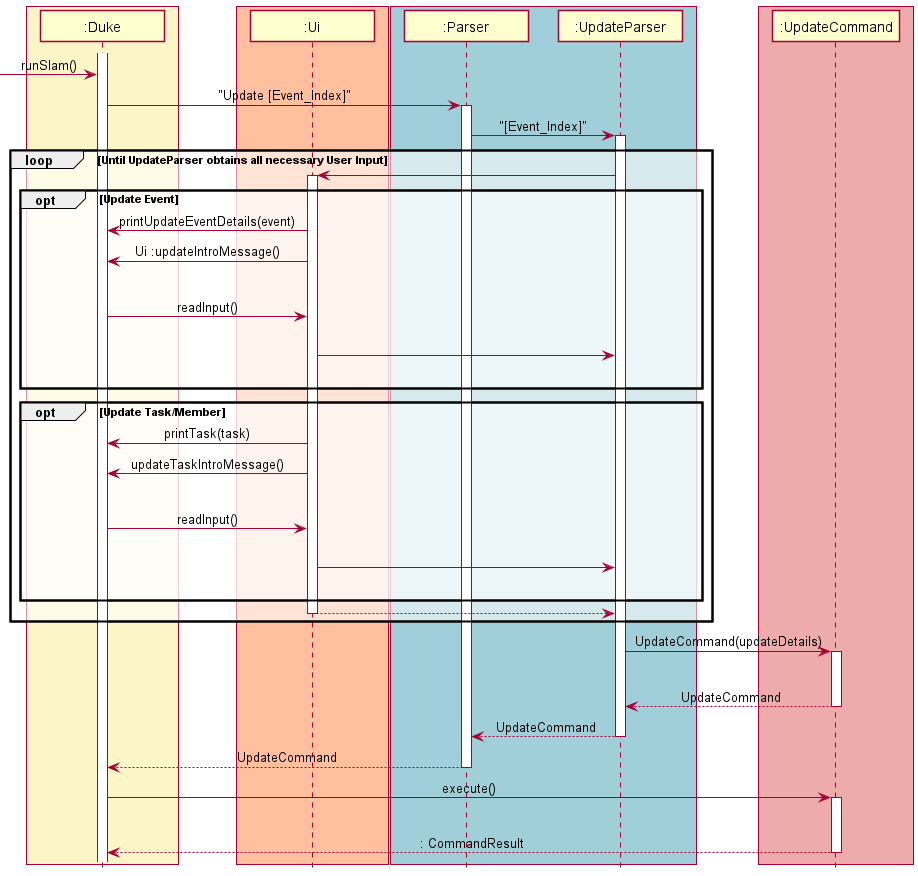
Earlier version of the PlantUML export docs/images/UpdateDiagram.png (nus-cs2113-AY2122S1/tp).
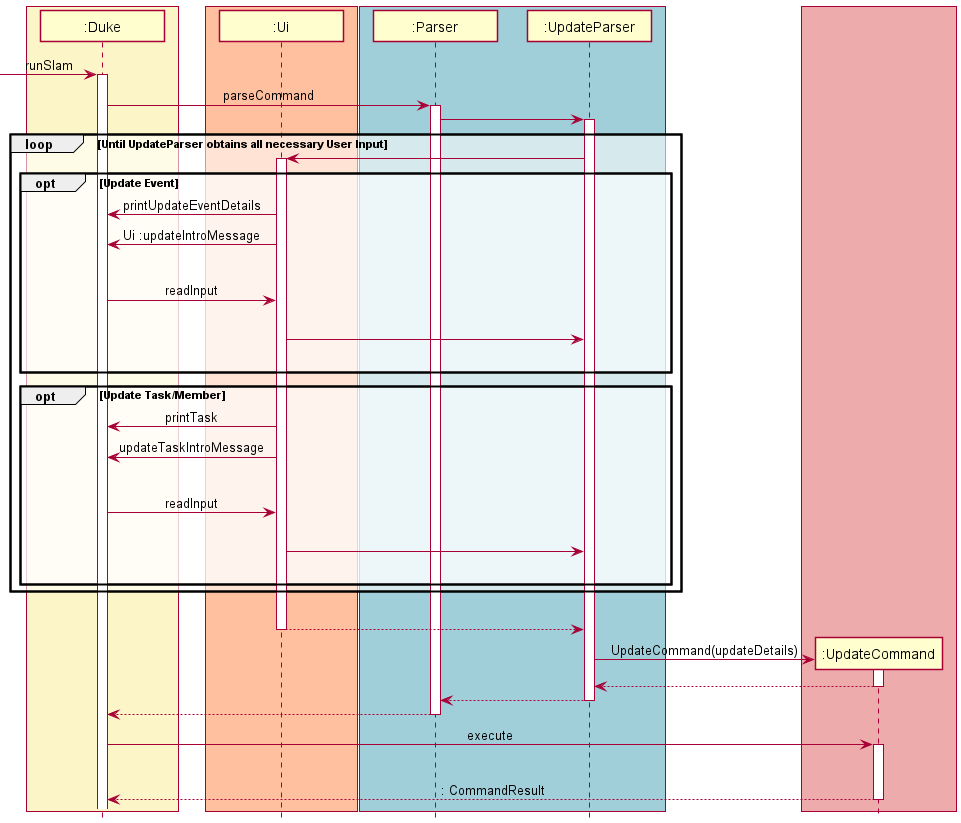
The same diagram one commit later.

Change to the diagram source:
```diff
@@ -11,48 +11,53 @@
 Participant ":Parser" as Parser
 Participant ":UpdateParser" as UpdateParser
 end box
-box LOGIC_COLOR
-Participant ":UpdateCommand" as UpdateCommand
-end box
 
+
+
+-> Duke :runSlam
 activate Duke
--> Duke :runSlam()
-Duke -> Parser : "Update [Event_Index]"
+Duke -> Parser : parseCommand
 activate Parser
-Parser -> UpdateParser: "[Event_Index]"
+Parser -> UpdateParser
 
     loop Until UpdateParser obtains all necessary User Input
         activate UpdateParser
         UpdateParser -> Ui
         activate Ui
         opt Update Event
-            Ui -> Duke : printUpdateEventDetails(event)
-            Ui -> Duke : Ui :updateIntroMessage()
+            Ui -> Duke : printUpdateEventDetails
+            Ui -> Duke : Ui :updateIntroMessage
             |||
-            Duke -> Ui :readInput()
+            Duke -> Ui :readInput
             |||
             Ui -> UpdateParser
             |||
         end
         opt Update Task/Member
-            Ui -> Duke : printTask(task)
-            Ui -> Duke : updateTaskIntroMessage()
+            Ui -> Duke : printTask
+            Ui -> Duke : updateTaskIntroMessage
             |||
-            Duke -> Ui :readInput()
+            Duke -> Ui :readInput
             |||
             Ui -> UpdateParser
             |||
 
         end
-        return
+
     end
+    box LOGIC_COLOR
+    create ":UpdateCommand" as UpdateCommand
+    end box
+    |||
+return
 UpdateParser -> UpdateCommand: UpdateCommand(updateDetails)
 activate UpdateCommand
-|||
-return UpdateCommand
-return UpdateCommand
-return UpdateCommand
-Duke -> UpdateCommand : execute()
+return
+
+return
+return
+
+Duke -> UpdateCommand : execute
 activate UpdateCommand
 |||
 return : CommandResult
```
